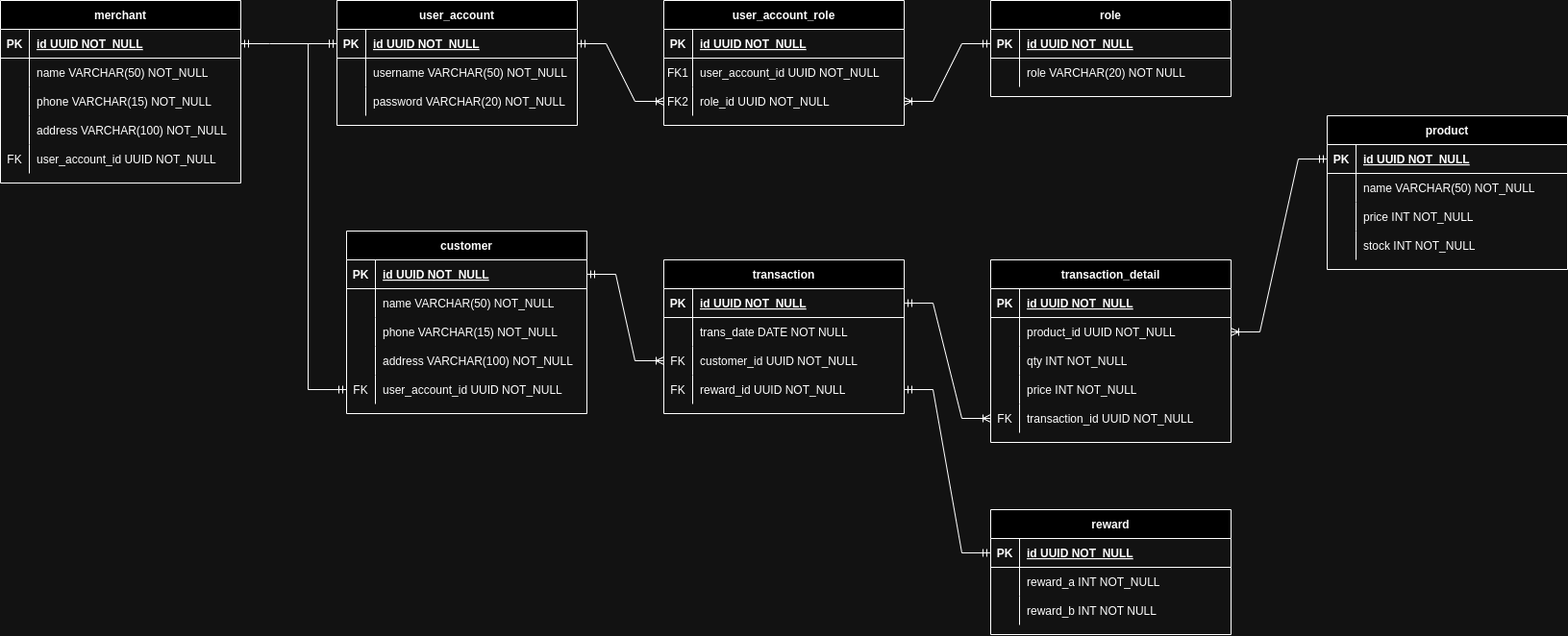
Garongan/maju-mundur-api keeps this draw.io diagram as erd.drawio.png. Above is the earlier version. Source tidied: cells renumbered, new cells last; positions are measured from the earlier drawing's top-left corner, leaving out a move shared by most shapes.
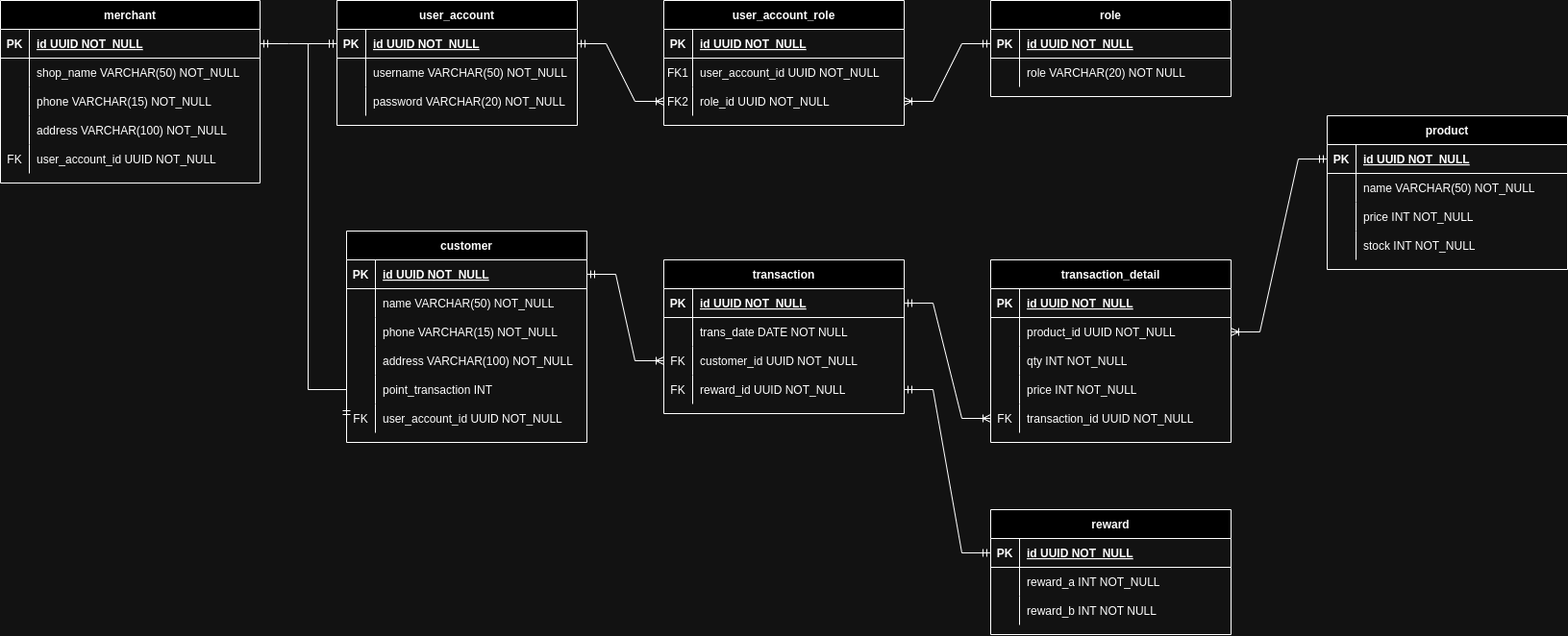
The same diagram one commit later.

Change to the diagram source:
```diff
@@ -249,7 +249,7 @@
       <mxGeometry relative="1" as="geometry" />
     </mxCell>
     <mxCell id="84" value="customer" style="shape=table;startSize=30;rowLines=0;fontStyle=1;align=center;" parent="1" vertex="1">
-      <mxGeometry x="360" y="240" width="250" height="190" as="geometry" />
+      <mxGeometry x="360" y="240" width="250" height="220" as="geometry" />
     </mxCell>
     <mxCell id="85" style="shape=partialRectangle;fillColor=none;points=[[0,0.5],[1,0.5]];portConstraint=eastwest;top=0;left=0;right=0;bottom=1;" parent="84" vertex="1">
       <mxGeometry y="30" width="250" height="30" as="geometry" />
@@ -290,79 +290,88 @@
     <mxCell id="97" style="shape=partialRectangle;fillColor=none;points=[[0,0.5],[1,0.5]];portConstraint=eastwest;top=0;left=0;right=0;bottom=0;" parent="84" vertex="1">
       <mxGeometry y="150" width="250" height="30" as="geometry" />
     </mxCell>
-    <mxCell id="98" value="FK" style="shape=partialRectangle;overflow=hidden;fillColor=none;top=0;left=0;bottom=0;right=0;" parent="97" vertex="1">
+    <mxCell id="98" style="shape=partialRectangle;overflow=hidden;fillColor=none;top=0;left=0;bottom=0;right=0;" parent="97" vertex="1">
       <mxGeometry width="30" height="30" as="geometry" />
     </mxCell>
-    <mxCell id="99" value="user_account_id UUID NOT_NULL" style="shape=partialRectangle;overflow=hidden;fillColor=none;top=0;left=0;bottom=0;right=0;align=left;spacingLeft=6;" parent="97" vertex="1">
+    <mxCell id="99" value="point_transaction INT" style="shape=partialRectangle;overflow=hidden;fillColor=none;top=0;left=0;bottom=0;right=0;align=left;spacingLeft=6;" parent="97" vertex="1">
       <mxGeometry x="30" width="220" height="30" as="geometry" />
     </mxCell>
-    <mxCell id="100" style="edgeStyle=orthogonalEdgeStyle;fontSize=12;html=1;endArrow=ERmandOne;startArrow=ERmandOne;rounded=0;entryX=0;entryY=0.5;entryDx=0;entryDy=0;exitX=0;exitY=0.5;exitDx=0;exitDy=0;" parent="1" edge="1" source="97" target="3">
-      <mxGeometry relative="1" as="geometry">
-        <Array as="points">
-          <mxPoint x="320" y="405" />
-          <mxPoint x="320" y="45" />
-        </Array>
-      </mxGeometry>
+    <mxCell id="100" style="shape=partialRectangle;fillColor=none;points=[[0,0.5],[1,0.5]];portConstraint=eastwest;top=0;left=0;right=0;bottom=0;" parent="84" vertex="1">
+      <mxGeometry y="180" width="250" height="30" as="geometry" />
     </mxCell>
-    <mxCell id="101" value="merchant" style="shape=table;startSize=30;rowLines=0;fontStyle=1;align=center;" parent="1" vertex="1">
-      <mxGeometry width="250" height="190" as="geometry" />
+    <mxCell id="101" value="FK" style="shape=partialRectangle;overflow=hidden;fillColor=none;top=0;left=0;bottom=0;right=0;" parent="100" vertex="1">
+      <mxGeometry width="30" height="30" as="geometry" />
     </mxCell>
-    <mxCell id="102" style="shape=partialRectangle;fillColor=none;points=[[0,0.5],[1,0.5]];portConstraint=eastwest;top=0;left=0;right=0;bottom=1;" parent="101" vertex="1">
-      <mxGeometry y="30" width="250" height="30" as="geometry" />
+    <mxCell id="102" value="user_account_id UUID NOT_NULL" style="shape=partialRectangle;overflow=hidden;fillColor=none;top=0;left=0;bottom=0;right=0;align=left;spacingLeft=6;" parent="100" vertex="1">
+      <mxGeometry x="30" width="220" height="30" as="geometry" />
     </mxCell>
-    <mxCell id="103" value="PK" style="shape=partialRectangle;overflow=hidden;fillColor=none;top=0;left=0;bottom=0;right=0;fontStyle=1;" parent="102" vertex="1">
-      <mxGeometry width="30" height="30" as="geometry" />
+    <mxCell id="103" style="edgeStyle=orthogonalEdgeStyle;fontSize=12;html=1;endArrow=ERmandOne;startArrow=ERmandOne;rounded=0;entryX=0;entryY=0.5;entryDx=0;entryDy=0;exitX=0;exitY=0.5;exitDx=0;exitDy=0;" parent="1" edge="1" source="100" target="3">
+      <mxGeometry relative="1" as="geometry">
+        <Array as="points">
+          <mxPoint x="320" y="405" />
+          <mxPoint x="320" y="45" />
+        </Array>
+      </mxGeometry>
     </mxCell>
-    <mxCell id="104" value="id UUID NOT_NULL" style="shape=partialRectangle;overflow=hidden;fillColor=none;top=0;left=0;bottom=0;right=0;align=left;spacingLeft=6;fontStyle=5;" parent="102" vertex="1">
-      <mxGeometry x="30" width="220" height="30" as="geometry" />
+    <mxCell id="104" value="merchant" style="shape=table;startSize=30;rowLines=0;fontStyle=1;align=center;" parent="1" vertex="1">
+      <mxGeometry width="270" height="190" as="geometry" />
     </mxCell>
-    <mxCell id="105" style="shape=partialRectangle;fillColor=none;points=[[0,0.5],[1,0.5]];portConstraint=eastwest;top=0;left=0;right=0;bottom=0;" parent="101" vertex="1">
-      <mxGeometry y="60" width="250" height="30" as="geometry" />
+    <mxCell id="105" style="shape=partialRectangle;fillColor=none;points=[[0,0.5],[1,0.5]];portConstraint=eastwest;top=0;left=0;right=0;bottom=1;" parent="104" vertex="1">
+      <mxGeometry y="30" width="270" height="30" as="geometry" />
     </mxCell>
-    <mxCell id="106" style="shape=partialRectangle;overflow=hidden;fillColor=none;top=0;left=0;bottom=0;right=0;" parent="105" vertex="1">
+    <mxCell id="106" value="PK" style="shape=partialRectangle;overflow=hidden;fillColor=none;top=0;left=0;bottom=0;right=0;fontStyle=1;" parent="105" vertex="1">
       <mxGeometry width="30" height="30" as="geometry" />
     </mxCell>
-    <mxCell id="107" value="name VARCHAR(50) NOT_NULL" style="shape=partialRectangle;overflow=hidden;fillColor=none;top=0;left=0;bottom=0;right=0;align=left;spacingLeft=6;" parent="105" vertex="1">
-      <mxGeometry x="30" width="220" height="30" as="geometry" />
+    <mxCell id="107" value="id UUID NOT_NULL" style="shape=partialRectangle;overflow=hidden;fillColor=none;top=0;left=0;bottom=0;right=0;align=left;spacingLeft=6;fontStyle=5;" parent="105" vertex="1">
+      <mxGeometry x="30" width="240" height="30" as="geometry" />
     </mxCell>
-    <mxCell id="108" style="shape=partialRectangle;fillColor=none;top=0;left=0;right=0;bottom=0;" parent="101" vertex="1">
-      <mxGeometry y="90" width="250" height="30" as="geometry" />
+    <mxCell id="108" style="shape=partialRectangle;fillColor=none;top=0;left=0;right=0;bottom=0;" parent="104" vertex="1">
+      <mxGeometry y="60" width="270" height="30" as="geometry" />
     </mxCell>
     <mxCell id="109" style="shape=partialRectangle;overflow=hidden;fillColor=none;top=0;left=0;bottom=0;right=0;" parent="108" vertex="1">
       <mxGeometry width="30" height="30" as="geometry" />
     </mxCell>
-    <mxCell id="110" value="phone VARCHAR(15) NOT_NULL" style="shape=partialRectangle;overflow=hidden;fillColor=none;top=0;left=0;bottom=0;right=0;align=left;spacingLeft=6;" parent="108" vertex="1">
-      <mxGeometry x="30" width="220" height="30" as="geometry" />
+    <mxCell id="110" value="shop_name VARCHAR(50) NOT_NULL" style="shape=partialRectangle;overflow=hidden;fillColor=none;top=0;left=0;bottom=0;right=0;align=left;spacingLeft=6;" parent="108" vertex="1">
+      <mxGeometry x="30" width="240" height="30" as="geometry" />
     </mxCell>
-    <mxCell id="111" style="shape=partialRectangle;fillColor=none;top=0;left=0;right=0;bottom=0;" parent="101" vertex="1">
-      <mxGeometry y="120" width="250" height="30" as="geometry" />
+    <mxCell id="111" style="shape=partialRectangle;fillColor=none;top=0;left=0;right=0;bottom=0;" parent="104" vertex="1">
+      <mxGeometry y="90" width="270" height="30" as="geometry" />
     </mxCell>
     <mxCell id="112" style="shape=partialRectangle;overflow=hidden;fillColor=none;top=0;left=0;bottom=0;right=0;" parent="111" vertex="1">
       <mxGeometry width="30" height="30" as="geometry" />
     </mxCell>
-    <mxCell id="113" value="address VARCHAR(100) NOT_NULL" style="shape=partialRectangle;overflow=hidden;fillColor=none;top=0;left=0;bottom=0;right=0;align=left;spacingLeft=6;" parent="111" vertex="1">
-      <mxGeometry x="30" width="220" height="30" as="geometry" />
+    <mxCell id="113" value="phone VARCHAR(15) NOT_NULL" style="shape=partialRectangle;overflow=hidden;fillColor=none;top=0;left=0;bottom=0;right=0;align=left;spacingLeft=6;" parent="111" vertex="1">
+      <mxGeometry x="30" width="240" height="30" as="geometry" />
     </mxCell>
-    <mxCell id="114" style="shape=partialRectangle;fillColor=none;top=0;left=0;right=0;bottom=0;" parent="101" vertex="1">
-      <mxGeometry y="150" width="250" height="30" as="geometry" />
+    <mxCell id="114" style="shape=partialRectangle;fillColor=none;top=0;left=0;right=0;bottom=0;" parent="104" vertex="1">
+      <mxGeometry y="120" width="270" height="30" as="geometry" />
     </mxCell>
-    <mxCell id="115" value="FK" style="shape=partialRectangle;overflow=hidden;fillColor=none;top=0;left=0;bottom=0;right=0;" parent="114" vertex="1">
+    <mxCell id="115" style="shape=partialRectangle;overflow=hidden;fillColor=none;top=0;left=0;bottom=0;right=0;" parent="114" vertex="1">
       <mxGeometry width="30" height="30" as="geometry" />
     </mxCell>
-    <mxCell id="116" value="user_account_id UUID NOT_NULL" style="shape=partialRectangle;overflow=hidden;fillColor=none;top=0;left=0;bottom=0;right=0;align=left;spacingLeft=6;" parent="114" vertex="1">
-      <mxGeometry x="30" width="220" height="30" as="geometry" />
+    <mxCell id="116" value="address VARCHAR(100) NOT_NULL" style="shape=partialRectangle;overflow=hidden;fillColor=none;top=0;left=0;bottom=0;right=0;align=left;spacingLeft=6;" parent="114" vertex="1">
+      <mxGeometry x="30" width="240" height="30" as="geometry" />
     </mxCell>
-    <mxCell id="117" style="edgeStyle=entityRelationEdgeStyle;fontSize=12;html=1;endArrow=ERmandOne;startArrow=ERmandOne;rounded=0;entryX=0;entryY=0.5;entryDx=0;entryDy=0;exitX=1;exitY=0.5;exitDx=0;exitDy=0;" parent="1" edge="1" source="102" target="3">
-      <mxGeometry relative="1" as="geometry" />
+    <mxCell id="117" style="shape=partialRectangle;fillColor=none;top=0;left=0;right=0;bottom=0;" parent="104" vertex="1">
+      <mxGeometry y="150" width="270" height="30" as="geometry" />
     </mxCell>
-    <mxCell id="118" style="edgeStyle=entityRelationEdgeStyle;fontSize=12;html=1;endArrow=ERmandOne;startArrow=ERmandOne;rounded=0;entryX=1;entryY=0.5;entryDx=0;entryDy=0;exitX=0;exitY=0.5;exitDx=0;exitDy=0;" parent="1" edge="1" source="45" target="64">
-      <mxGeometry relative="1" as="geometry" />
+    <mxCell id="118" value="FK" style="shape=partialRectangle;overflow=hidden;fillColor=none;top=0;left=0;bottom=0;right=0;" parent="117" vertex="1">
+      <mxGeometry width="30" height="30" as="geometry" />
     </mxCell>
-    <mxCell id="119" style="edgeStyle=entityRelationEdgeStyle;fontSize=12;html=1;endArrow=ERoneToMany;startArrow=ERmandOne;rounded=0;entryX=1;entryY=0.5;entryDx=0;entryDy=0;exitX=0;exitY=0.5;exitDx=0;exitDy=0;" parent="1" edge="1" source="32" target="71">
-      <mxGeometry relative="1" as="geometry" />
+    <mxCell id="119" value="user_account_id UUID NOT_NULL" style="shape=partialRectangle;overflow=hidden;fillColor=none;top=0;left=0;bottom=0;right=0;align=left;spacingLeft=6;" parent="117" vertex="1">
+      <mxGeometry x="30" width="240" height="30" as="geometry" />
     </mxCell>
-    <mxCell id="120" style="edgeStyle=entityRelationEdgeStyle;fontSize=12;html=1;endArrow=ERoneToMany;startArrow=ERmandOne;rounded=0;exitX=1;exitY=0.5;exitDx=0;exitDy=0;entryX=0;entryY=0.5;entryDx=0;entryDy=0;" parent="1" edge="1" source="85" target="61">
+    <mxCell id="120" style="edgeStyle=entityRelationEdgeStyle;fontSize=12;html=1;endArrow=ERmandOne;startArrow=ERmandOne;rounded=0;entryX=0;entryY=0.5;entryDx=0;entryDy=0;exitX=1;exitY=0.5;exitDx=0;exitDy=0;" parent="1" edge="1" source="105" target="3">
       <mxGeometry relative="1" as="geometry" />
     </mxCell>
+    <mxCell id="121" style="edgeStyle=entityRelationEdgeStyle;fontSize=12;html=1;endArrow=ERmandOne;startArrow=ERmandOne;rounded=0;entryX=1;entryY=0.5;entryDx=0;entryDy=0;exitX=0;exitY=0.5;exitDx=0;exitDy=0;" parent="1" edge="1" source="45" target="64">
+      <mxGeometry relative="1" as="geometry" />
+    </mxCell>
+    <mxCell id="122" style="edgeStyle=entityRelationEdgeStyle;fontSize=12;html=1;endArrow=ERoneToMany;startArrow=ERmandOne;rounded=0;entryX=1;entryY=0.5;entryDx=0;entryDy=0;exitX=0;exitY=0.5;exitDx=0;exitDy=0;" parent="1" edge="1" source="32" target="71">
+      <mxGeometry relative="1" as="geometry" />
+    </mxCell>
+    <mxCell id="123" style="edgeStyle=entityRelationEdgeStyle;fontSize=12;html=1;endArrow=ERoneToMany;startArrow=ERmandOne;rounded=0;exitX=1;exitY=0.5;exitDx=0;exitDy=0;entryX=0;entryY=0.5;entryDx=0;entryDy=0;" parent="1" edge="1" source="85" target="61">
+      <mxGeometry relative="1" as="geometry" />
+    </mxCell>
   </root>
 </mxGraphModel>
```
